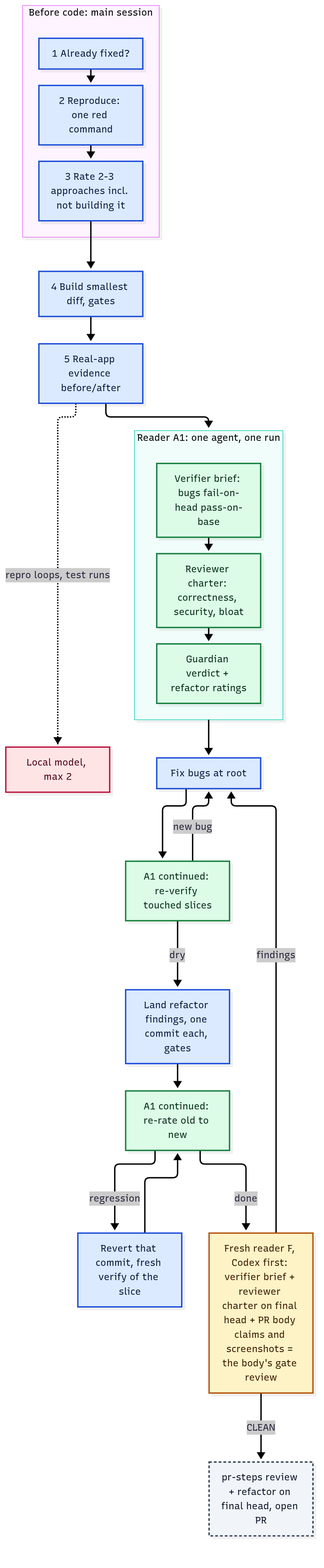
The Mermaid diagram docs/graphs/1-pipeline-S.png in nitedani/mergeworthy, before a commit. Its source is kept beside it as docs/graphs/1-pipeline-S.mmd.
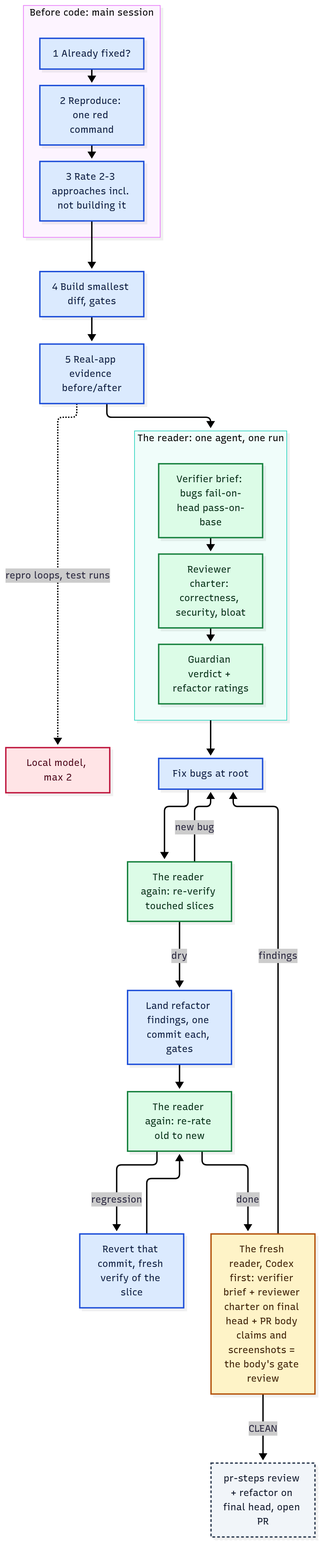
The same file after the commit.

What changed in the source:
```diff
@@ -5,14 +5,14 @@
   F3 --> B4[4 Build smallest diff, gates]:::main --> E5[5 Real-app evidence before/after]:::main
   E5 -.->|repro loops, test runs| LX[Local model, max 2]:::local
   E5 --> A1
-  subgraph A1[Reader A1: one agent, one run]
+  subgraph A1[The reader: one agent, one run]
     R1[Verifier brief: bugs fail-on-head pass-on-base]:::reader --> R2[Reviewer charter: correctness, security, bloat]:::reader --> R3[Guardian verdict + refactor ratings]:::reader
   end
-  A1 --> FB[Fix bugs at root]:::main --> A1B[A1 continued: re-verify touched slices]:::reader
+  A1 --> FB[Fix bugs at root]:::main --> A1B[The reader again: re-verify touched slices]:::reader
   A1B -->|new bug| FB
-  A1B -->|dry| RF[Land refactor findings, one commit each, gates]:::main --> A1C[A1 continued: re-rate old to new]:::reader
+  A1B -->|dry| RF[Land refactor findings, one commit each, gates]:::main --> A1C[The reader again: re-rate old to new]:::reader
   A1C -->|regression| RV[Revert that commit, fresh verify of the slice]:::main --> A1C
-  A1C -->|done| F[Fresh reader F, Codex first: verifier brief + reviewer charter on final head + PR body claims and screenshots = the body's gate review]:::fresh
+  A1C -->|done| F[The fresh reader, Codex first: verifier brief + reviewer charter on final head + PR body claims and screenshots = the body's gate review]:::fresh
   F -->|findings| FB
   F -->|CLEAN| REC[pr-steps review + refactor on final head, open PR]:::gate
   classDef main fill:#dbeafe,stroke:#1d4ed8,color:#0b1b3f
```
